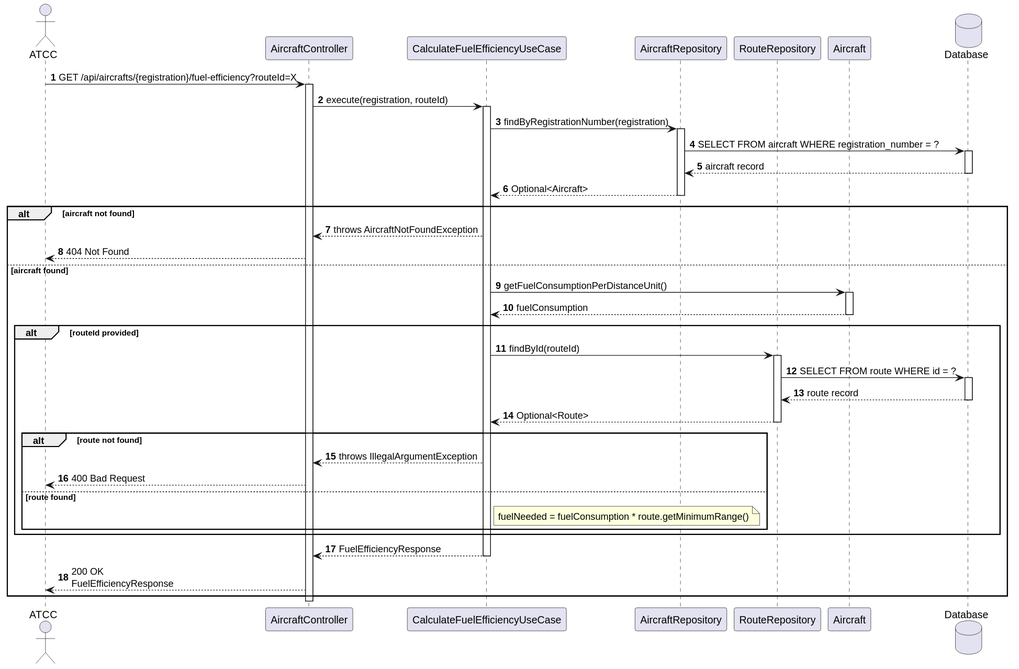
Before: docs/system-documentation/use-cases/BONUS/US227/svg/sd_us227.svg, a diagram exported from PlantUML (VascoMagolo/psoft_1231562_1241692_1242036_2db).
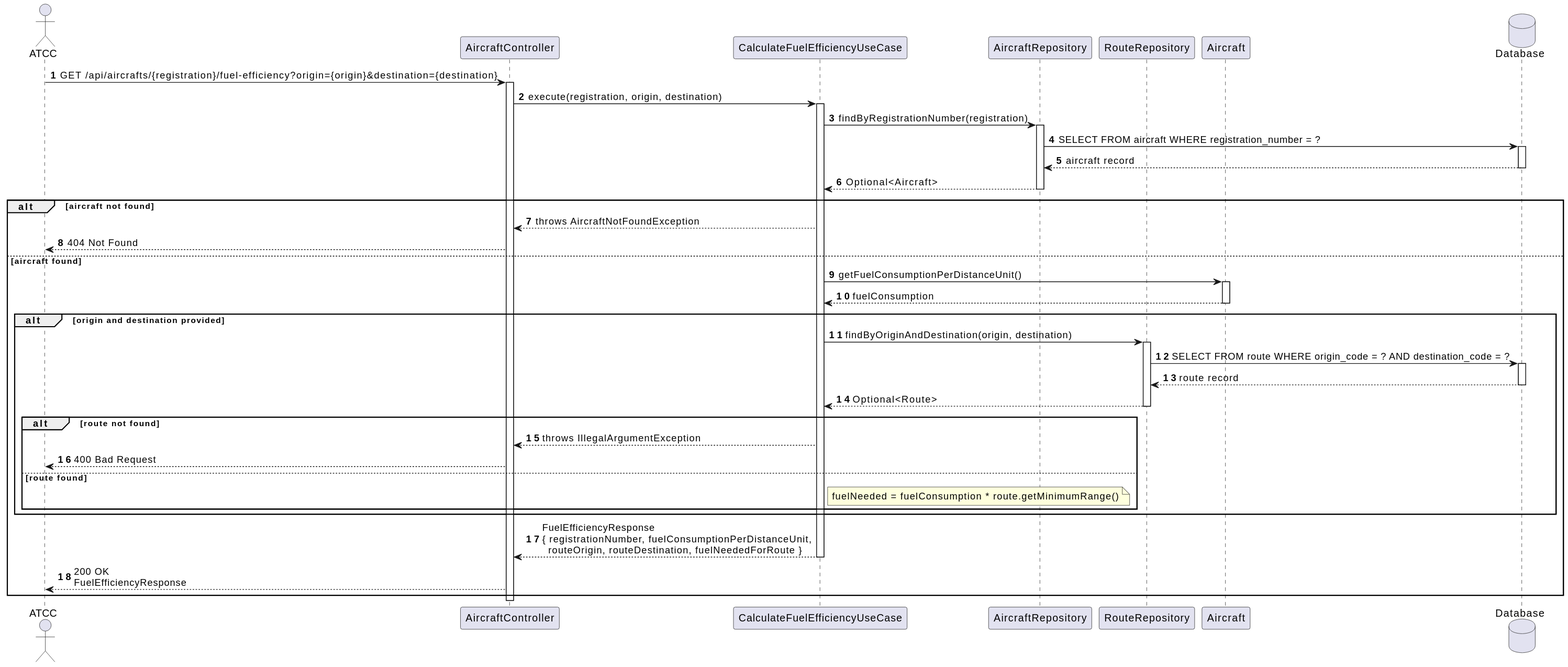
Above is the later version.

Commit message:
fix: update US227 docs and Postman to use origin/destination instead of routeId

Diff of the diagram source:
```diff
@@ -8,10 +8,10 @@
 participant "Aircraft" as Aircraft
 database "Database" as DB
 
-ATCC -> Ctrl : GET /api/aircrafts/{registration}/fuel-efficiency?routeId=X
+ATCC -> Ctrl : GET /api/aircrafts/{registration}/fuel-efficiency?origin={origin}&destination={destination}
 activate Ctrl
 
-Ctrl -> UC : execute(registration, routeId)
+Ctrl -> UC : execute(registration, origin, destination)
 activate UC
 
 UC -> Repo : findByRegistrationNumber(registration)
@@ -32,10 +32,10 @@
     Aircraft --> UC : fuelConsumption
     deactivate Aircraft
 
-    alt routeId provided
-        UC -> RouteRepo : findById(routeId)
+    alt origin and destination provided
+        UC -> RouteRepo : findByOriginAndDestination(origin, destination)
         activate RouteRepo
-        RouteRepo -> DB : SELECT FROM route WHERE id = ?
+        RouteRepo -> DB : SELECT FROM route WHERE origin_code = ? AND destination_code = ?
         activate DB
         DB --> RouteRepo : route record
         deactivate DB
@@ -52,7 +52,7 @@
         end
     end
 
-    UC --> Ctrl : FuelEfficiencyResponse
+    UC --> Ctrl : FuelEfficiencyResponse\n{ registrationNumber, fuelConsumptionPerDistanceUnit,\n  routeOrigin, routeDestination, fuelNeededForRoute }
     deactivate UC
     Ctrl --> ATCC : 200 OK\nFuelEfficiencyResponse
 end
```
